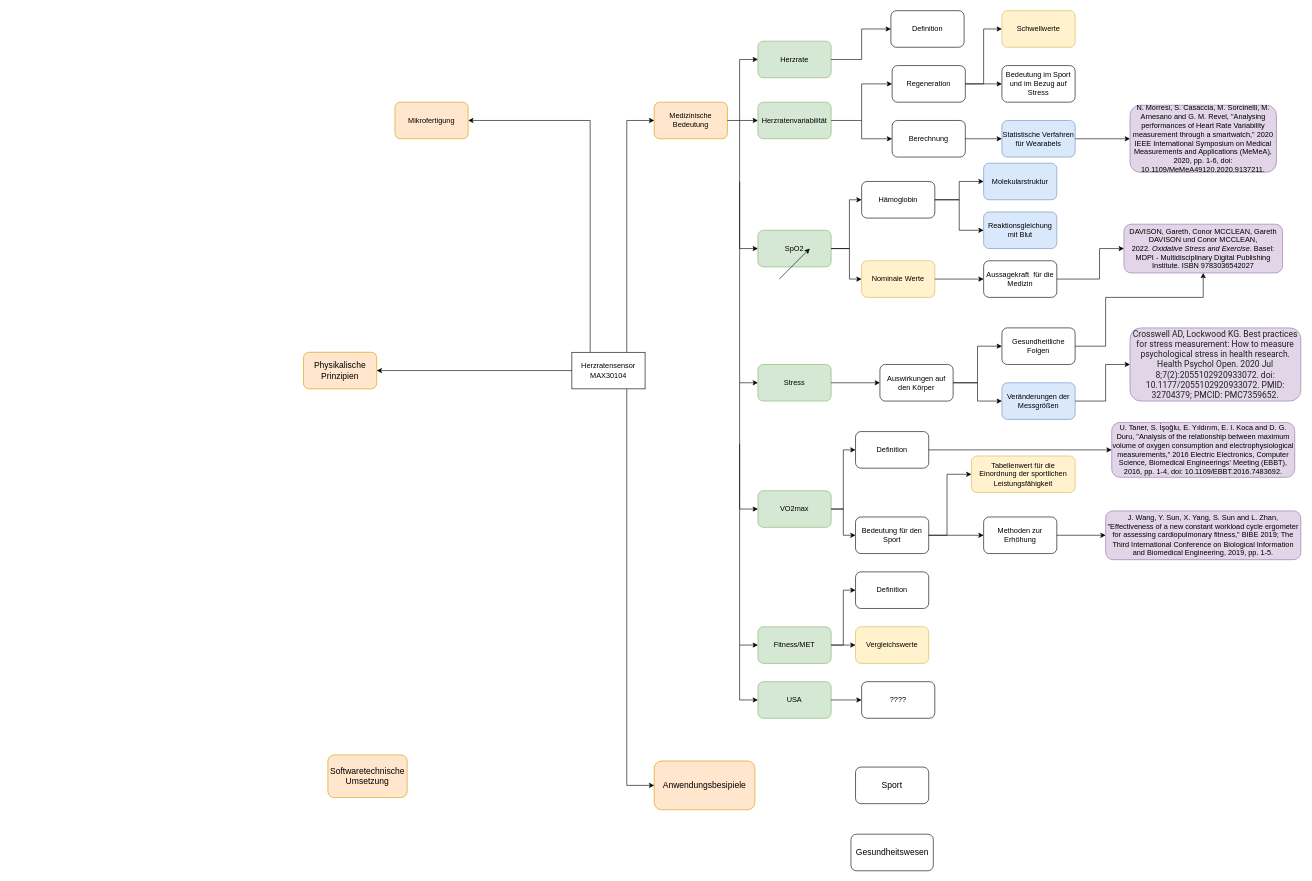
Lostqw1/Funfun keeps this draw.io diagram as MNST.drawio. Above is the earlier version. Source tidied: cells renumbered, new cells numbered last; positions are measured from the earlier drawing's top-left corner, leaving out a move shared by most shapes. Both pictures are drawn from the tidied source at 61%, with x=0, y=0 at pixel (303, 10).
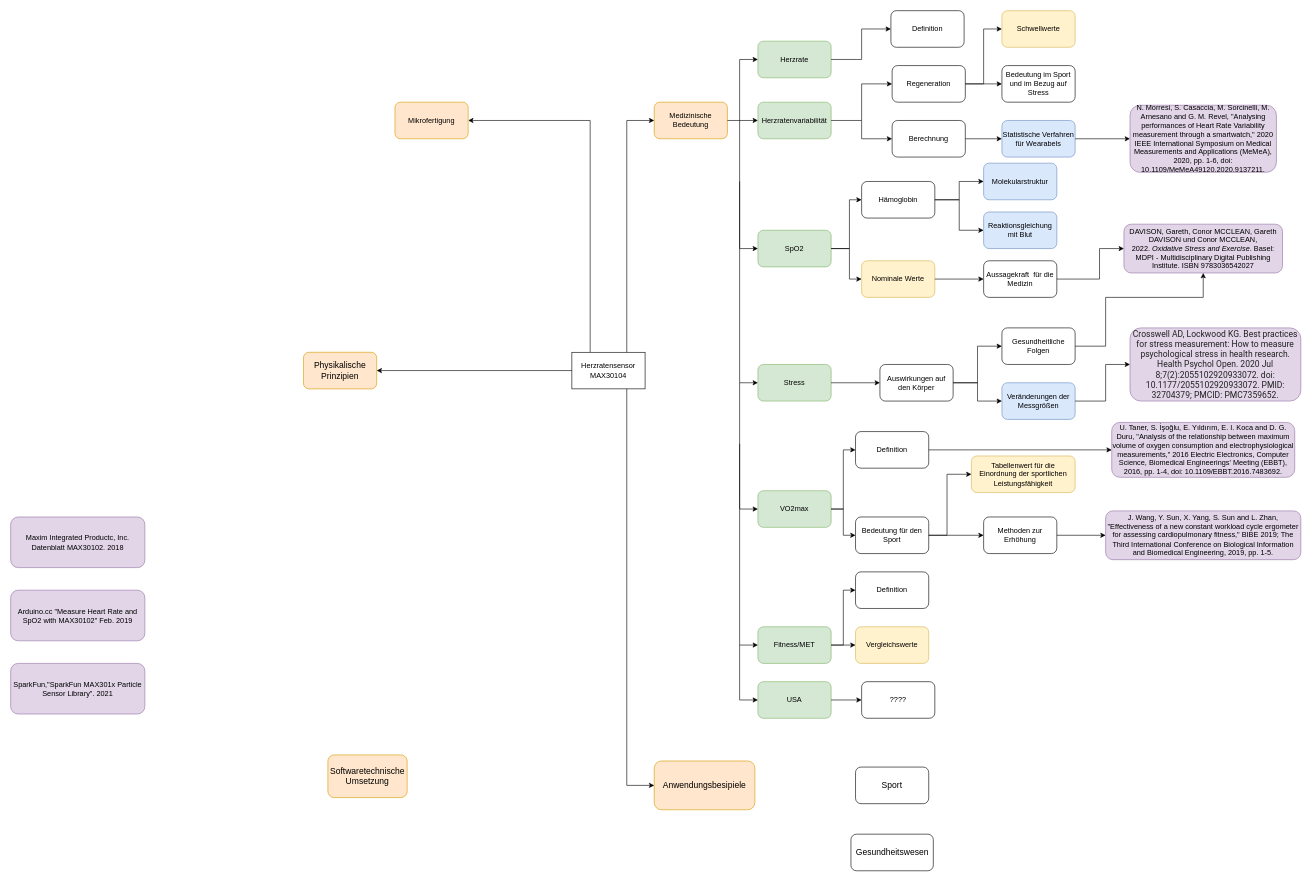
After the change.

The edit, as a diff of the source:
```diff
@@
-    <mxCell id="78" style="endArrow=classic;html=1;rounded=0;fontSize=14;fontColor=#000000;" parent="1" edge="1">
-      <mxGeometry relative="1" as="geometry">
-        <mxPoint x="780" y="440" as="sourcePoint" />
-        <mxPoint x="830" y="390" as="targetPoint" />
-      </mxGeometry>
-    </mxCell>
@@
+    <mxCell id="82" value="Maxim Integrated Productc, Inc. Datenblatt MAX30102. 2018 " style="rounded=1;whiteSpace=wrap;html=1;fillColor=#e1d5e7;strokeColor=#9673a6;labelBackgroundColor=none;" parent="1" vertex="1">
+      <mxGeometry x="-480" y="830" width="220" height="83" as="geometry" />
+    </mxCell>
@@
+    <mxCell id="83" value="SparkFun,&quot;SparkFun MAX301x Particle Sensor Library&quot;. 2021" style="rounded=1;whiteSpace=wrap;html=1;fillColor=#e1d5e7;strokeColor=#9673a6;labelBackgroundColor=none;" parent="1" vertex="1">
+      <mxGeometry x="-480" y="1070" width="220" height="83" as="geometry" />
+    </mxCell>
@@
+    <mxCell id="84" value="Arduino.cc &quot;Measure Heart Rate and SpO2 with MAX30102&quot; Feb. 2019" style="rounded=1;whiteSpace=wrap;html=1;fillColor=#e1d5e7;strokeColor=#9673a6;labelBackgroundColor=none;" parent="1" vertex="1">
+      <mxGeometry x="-480" y="950" width="220" height="83" as="geometry" />
+    </mxCell>
```
